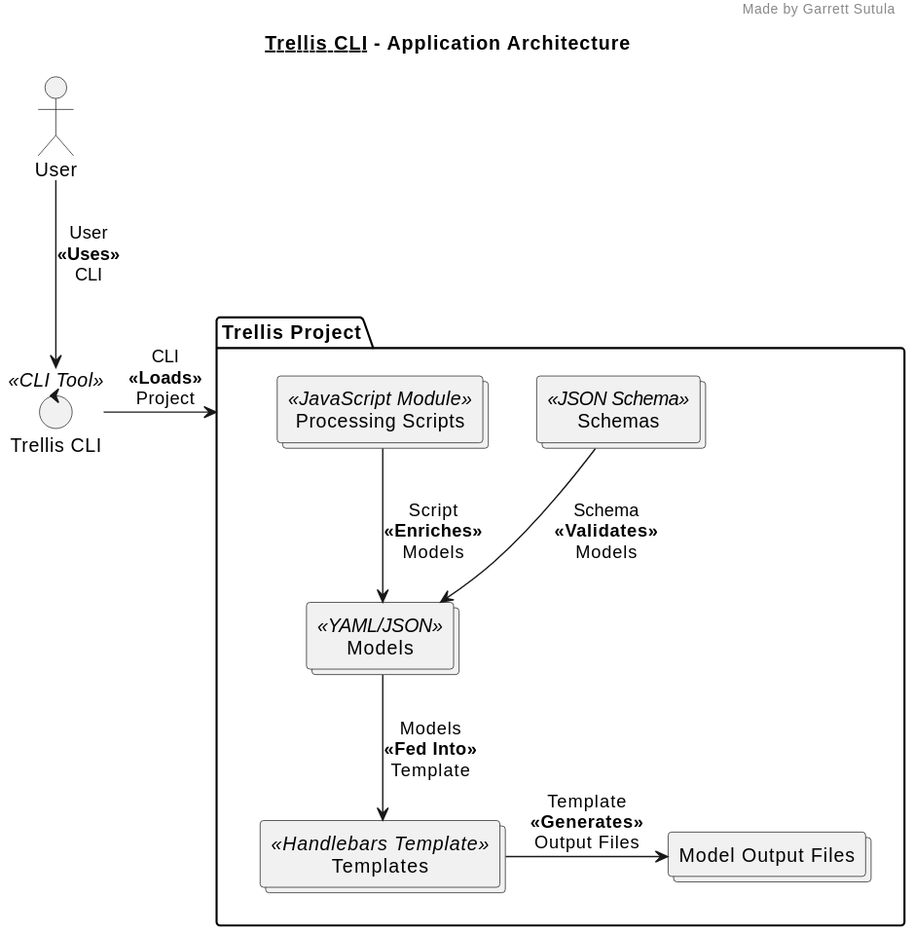
Above: docs/assets/App Architecture.svg in garrettsutula/trellis-uml (PlantUML), before the change.
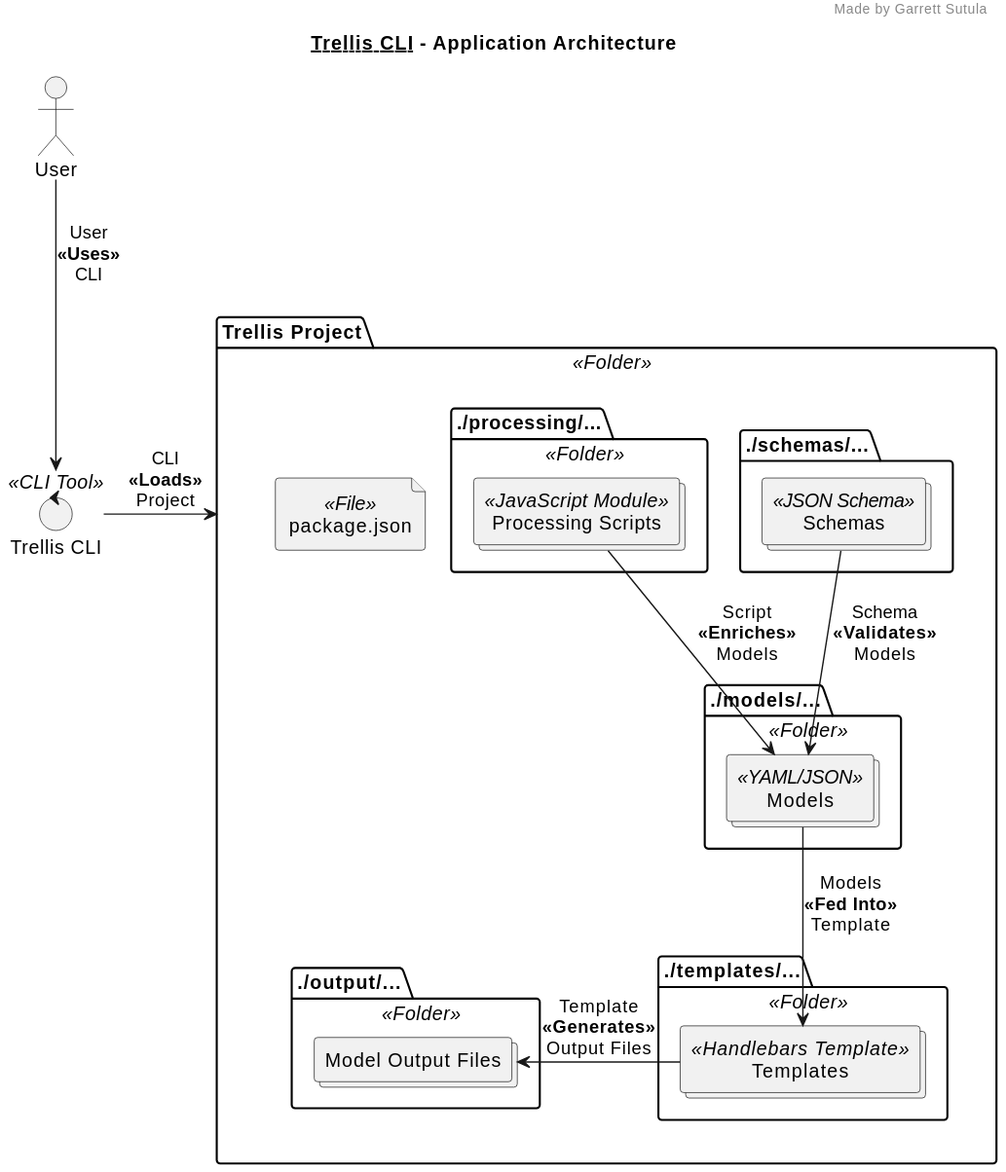
Later version of the same file.

What changed in the source:
```diff
@@ -4,12 +4,23 @@
 
 actor "User" as user
 control "Trellis CLI" as trellis <<CLI Tool>>
-package "Trellis Project" as project {
-  collections "Models" as models <<YAML/JSON>>
-  collections "Schemas" as schema <<JSON Schema>>
-  collections "Templates" as template <<Handlebars Template>>
-  collections "Processing Scripts" as script <<JavaScript Module>>
-  collections "Model Output Files" as output
+package "Trellis Project" as project <<Folder>> {
+  package "./models/..." as modelFolder <<Folder>> {
+      collections "Models" as models <<YAML/JSON>>
+  }
+  package "./schemas/..." as schemaFolder {
+      collections "Schemas" as schema <<JSON Schema>>
+  }
+  package "./templates/..." as templatesFolder <<Folder>> {
+    collections "Templates" as template <<Handlebars Template>>
+  }
+  package "./processing/..." as scriptsFolder <<Folder>> {
+    collections "Processing Scripts" as script <<JavaScript Module>>
+  }
+  package "./output/..." as outputFolder <<Folder>> {
+    collections "Model Output Files" as output
+  }
+  file "package.json" <<File>>
 }
 
 
```
